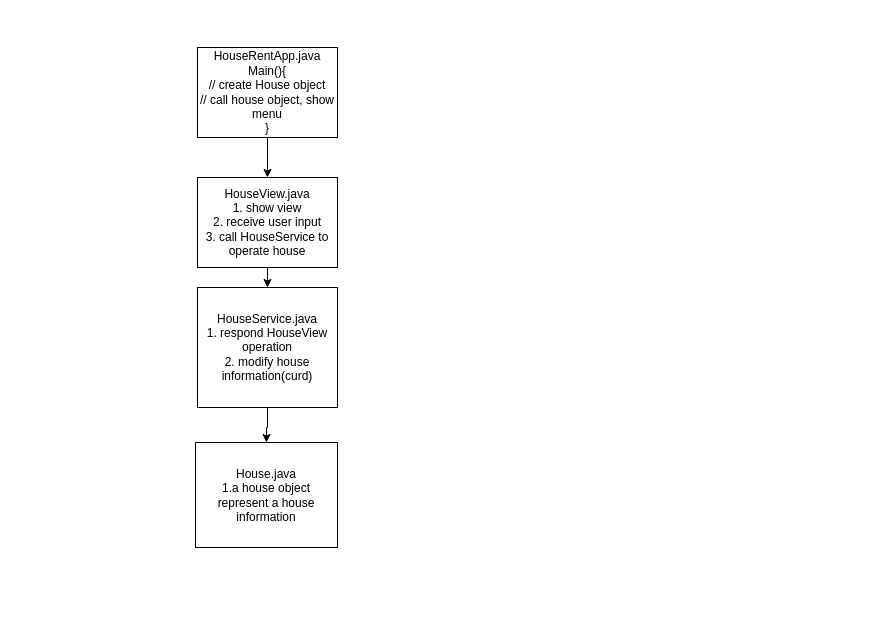
Before: resources/chapter9 house renting frame.drawio in estarsyang/java_basic, a draw.io diagram. Source tidied: cells renumbered, new cells numbered last; positions are measured from the earlier drawing's top-left corner, leaving out a move shared by most shapes. Both pictures are drawn from the tidied source at 100%, with x=0, y=0 at pixel (195, 47).
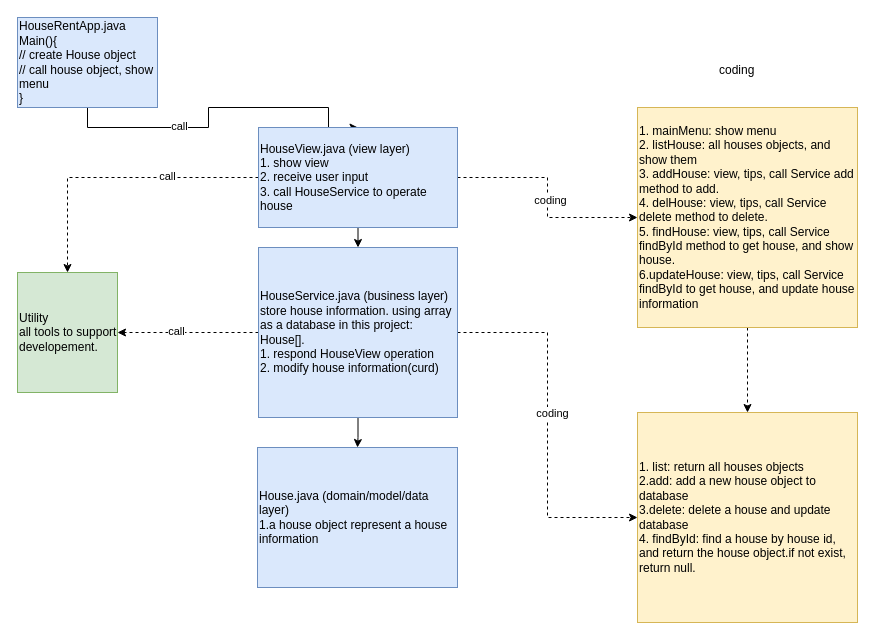
Above is the later version.

Commit message (it also covers changes not shown here):
feat: done House rent system project, including code, docs and architecture

What changed in the source:
```diff
@@
-    <mxCell id="2" style="edgeStyle=orthogonalEdgeStyle;rounded=0;jettySize=auto;html=1;exitX=0.5;exitY=1;exitDx=0;exitDy=0;entryX=0.5;entryY=0;entryDx=0;entryDy=0;" parent="1" edge="1" source="3" target="5">
-      <mxGeometry relative="1" as="geometry" />
+    <mxCell id="2" style="edgeStyle=orthogonalEdgeStyle;rounded=0;jettySize=auto;html=1;exitX=0.5;exitY=1;exitDx=0;exitDy=0;entryX=0.5;entryY=0;entryDx=0;entryDy=0;align=left;" parent="1" edge="1" source="3" target="5">
+      <mxGeometry relative="1" as="geometry">
+        <Array as="points">
+          <mxPoint x="-108" y="80" />
+          <mxPoint x="13" y="80" />
+          <mxPoint x="13" y="60" />
+          <mxPoint x="133" y="60" />
+        </Array>
+      </mxGeometry>
     </mxCell>
+    <mxCell id="9" value="call" style="edgeLabel;html=1;align=center;verticalAlign=middle;" parent="2" vertex="1">
+      <mxGeometry x="-0.33" y="2" relative="1" as="geometry" />
+    </mxCell>
-    <mxCell id="3" value="HouseRentApp.java&lt;br&gt;Main(){&lt;br&gt;// create House object&lt;br&gt;// call house object, show menu&lt;br&gt;}" style="rounded=0;whiteSpace=wrap;html=1;" parent="1" vertex="1">
-      <mxGeometry x="2" width="140" height="90" as="geometry" />
+    <mxCell id="3" value="HouseRentApp.java&lt;br&gt;Main(){&lt;br&gt;// create House object&lt;br&gt;// call house object, show menu&lt;br&gt;}" style="rounded=0;whiteSpace=wrap;html=1;fillColor=#dae8fc;strokeColor=#6c8ebf;align=left;" parent="1" vertex="1">
+      <mxGeometry x="-178" y="-30" width="140" height="90" as="geometry" />
     </mxCell>
-    <mxCell id="4" style="edgeStyle=orthogonalEdgeStyle;rounded=0;jettySize=auto;html=1;exitX=0.5;exitY=1;exitDx=0;exitDy=0;entryX=0.5;entryY=0;entryDx=0;entryDy=0;" parent="1" edge="1" source="5" target="7">
+    <mxCell id="4" style="edgeStyle=orthogonalEdgeStyle;rounded=0;jettySize=auto;html=1;exitX=0.5;exitY=1;exitDx=0;exitDy=0;entryX=0.5;entryY=0;entryDx=0;entryDy=0;align=left;" parent="1" edge="1" source="5" target="7">
       <mxGeometry relative="1" as="geometry" />
     </mxCell>
+    <mxCell id="10" style="edgeStyle=orthogonalEdgeStyle;rounded=0;jettySize=auto;html=1;exitX=1;exitY=0.5;exitDx=0;exitDy=0;entryX=0;entryY=0.5;entryDx=0;entryDy=0;dashed=1;align=left;" parent="1" edge="1" source="5" target="20">
+      <mxGeometry relative="1" as="geometry" />
+    </mxCell>
+    <mxCell id="11" value="coding" style="edgeLabel;html=1;align=center;verticalAlign=middle;" parent="10" vertex="1">
+      <mxGeometry x="0.02" y="2" relative="1" as="geometry" />
+    </mxCell>
+    <mxCell id="12" style="edgeStyle=orthogonalEdgeStyle;rounded=0;jettySize=auto;html=1;exitX=0;exitY=0.5;exitDx=0;exitDy=0;entryX=0.5;entryY=0;entryDx=0;entryDy=0;dashed=1;" parent="1" edge="1" source="5" target="18">
+      <mxGeometry relative="1" as="geometry" />
+    </mxCell>
+    <mxCell id="13" value="call" style="edgeLabel;html=1;align=center;verticalAlign=middle;" parent="12" vertex="1">
+      <mxGeometry x="-0.36" y="-2" relative="1" as="geometry" />
+    </mxCell>
-    <mxCell id="5" value="HouseView.java&lt;br&gt;1. show view&lt;br&gt;2. receive user input&lt;br&gt;3. call HouseService to operate house" style="rounded=0;whiteSpace=wrap;html=1;" parent="1" vertex="1">
-      <mxGeometry x="2" y="130" width="140" height="90" as="geometry" />
+    <mxCell id="5" value="HouseView.java (view layer)&lt;br&gt;1. show view&lt;br&gt;2. receive user input&lt;br&gt;3. call HouseService to operate house" style="rounded=0;whiteSpace=wrap;html=1;fillColor=#dae8fc;strokeColor=#6c8ebf;align=left;" parent="1" vertex="1">
+      <mxGeometry x="63" y="80" width="199" height="100" as="geometry" />
     </mxCell>
-    <mxCell id="6" style="edgeStyle=orthogonalEdgeStyle;rounded=0;jettySize=auto;html=1;exitX=0.5;exitY=1;exitDx=0;exitDy=0;" parent="1" edge="1" source="7" target="8">
+    <mxCell id="6" style="edgeStyle=orthogonalEdgeStyle;rounded=0;jettySize=auto;html=1;exitX=0.5;exitY=1;exitDx=0;exitDy=0;align=left;" parent="1" edge="1" source="7" target="8">
       <mxGeometry relative="1" as="geometry" />
     </mxCell>
+    <mxCell id="14" style="edgeStyle=orthogonalEdgeStyle;rounded=0;jettySize=auto;html=1;exitX=1;exitY=0.5;exitDx=0;exitDy=0;entryX=0;entryY=0.5;entryDx=0;entryDy=0;dashed=1;align=left;" parent="1" edge="1" source="7" target="22">
+      <mxGeometry relative="1" as="geometry" />
+    </mxCell>
+    <mxCell id="15" value="coding" style="edgeLabel;html=1;align=center;verticalAlign=middle;" parent="14" vertex="1">
+      <mxGeometry x="-0.07" y="4" relative="1" as="geometry" />
+    </mxCell>
+    <mxCell id="16" style="edgeStyle=orthogonalEdgeStyle;rounded=0;jettySize=auto;html=1;exitX=0;exitY=0.5;exitDx=0;exitDy=0;entryX=1;entryY=0.5;entryDx=0;entryDy=0;dashed=1;" parent="1" edge="1" source="7" target="18">
+      <mxGeometry relative="1" as="geometry" />
+    </mxCell>
+    <mxCell id="17" value="call" style="edgeLabel;html=1;align=center;verticalAlign=middle;" parent="16" vertex="1">
+      <mxGeometry x="0.18" y="-2" relative="1" as="geometry" />
+    </mxCell>
-    <mxCell id="7" value="HouseService.java&lt;br&gt;1. respond HouseView operation&lt;br&gt;2. modify house information(curd)" style="rounded=0;whiteSpace=wrap;html=1;" parent="1" vertex="1">
-      <mxGeometry x="2" y="240" width="140" height="120" as="geometry" />
+    <mxCell id="7" value="HouseService.java (business layer)&lt;br&gt;store house information. using array as a database in this project: House[].&lt;br&gt;1. respond HouseView operation&lt;br&gt;2. modify house information(curd)" style="rounded=0;whiteSpace=wrap;html=1;fillColor=#dae8fc;strokeColor=#6c8ebf;align=left;" parent="1" vertex="1">
+      <mxGeometry x="63" y="200" width="199" height="170" as="geometry" />
     </mxCell>
-    <mxCell id="8" value="House.java&lt;br&gt;1.a house object represent a house information" style="rounded=0;whiteSpace=wrap;html=1;" parent="1" vertex="1">
-      <mxGeometry y="395" width="142" height="105" as="geometry" />
+    <mxCell id="8" value="House.java (domain/model/data layer)&lt;br&gt;1.a house object represent a house information" style="rounded=0;whiteSpace=wrap;html=1;fillColor=#dae8fc;strokeColor=#6c8ebf;align=left;" parent="1" vertex="1">
+      <mxGeometry x="62" y="400" width="200" height="140" as="geometry" />
     </mxCell>
+    <mxCell id="18" value="Utility&lt;br&gt;all tools to support developement." style="rounded=0;whiteSpace=wrap;html=1;fillColor=#d5e8d4;strokeColor=#82b366;align=left;" parent="1" vertex="1">
+      <mxGeometry x="-178" y="225" width="100" height="120" as="geometry" />
+    </mxCell>
+    <mxCell id="19" style="edgeStyle=orthogonalEdgeStyle;rounded=0;jettySize=auto;html=1;exitX=0.5;exitY=1;exitDx=0;exitDy=0;entryX=0.5;entryY=0;entryDx=0;entryDy=0;dashed=1;align=left;" parent="1" edge="1" source="20" target="22">
+      <mxGeometry relative="1" as="geometry" />
+    </mxCell>
+    <mxCell id="20" value="1. mainMenu: show menu&lt;br&gt;2. listHouse: all houses objects, and show them&lt;br&gt;3. addHouse: view, tips, call Service add method to add.&lt;br&gt;4. delHouse: view, tips, call Service delete method to delete.&lt;br&gt;5. findHouse: view, tips, call Service findById method to get house, and show house.&lt;br&gt;6.updateHouse: view, tips, call Service findById to get house, and update house information" style="rounded=0;whiteSpace=wrap;html=1;fillColor=#fff2cc;strokeColor=#d6b656;align=left;" parent="1" vertex="1">
+      <mxGeometry x="442" y="60" width="220" height="220" as="geometry" />
+    </mxCell>
+    <mxCell id="21" value="coding" style="text;html=1;align=left;verticalAlign=middle;strokeColor=none;fillColor=none;" parent="1" vertex="1">
+      <mxGeometry x="522" y="8" width="60" height="30" as="geometry" />
+    </mxCell>
+    <mxCell id="22" value="1. list: return all houses objects&lt;br&gt;&lt;div style=&quot;&quot;&gt;&lt;span style=&quot;background-color: initial;&quot;&gt;2.add: add a new house object to database&lt;/span&gt;&lt;/div&gt;&lt;div style=&quot;&quot;&gt;&lt;span style=&quot;background-color: initial;&quot;&gt;3.delete: delete a house and update database&lt;/span&gt;&lt;/div&gt;&lt;div style=&quot;&quot;&gt;&lt;span style=&quot;background-color: initial;&quot;&gt;4. findById: find a house by house id, and return the house object.if not exist, return null.&lt;/span&gt;&lt;/div&gt;" style="rounded=0;whiteSpace=wrap;html=1;fillColor=#fff2cc;strokeColor=#d6b656;align=left;" parent="1" vertex="1">
+      <mxGeometry x="442" y="365" width="220" height="210" as="geometry" />
+    </mxCell>
```
